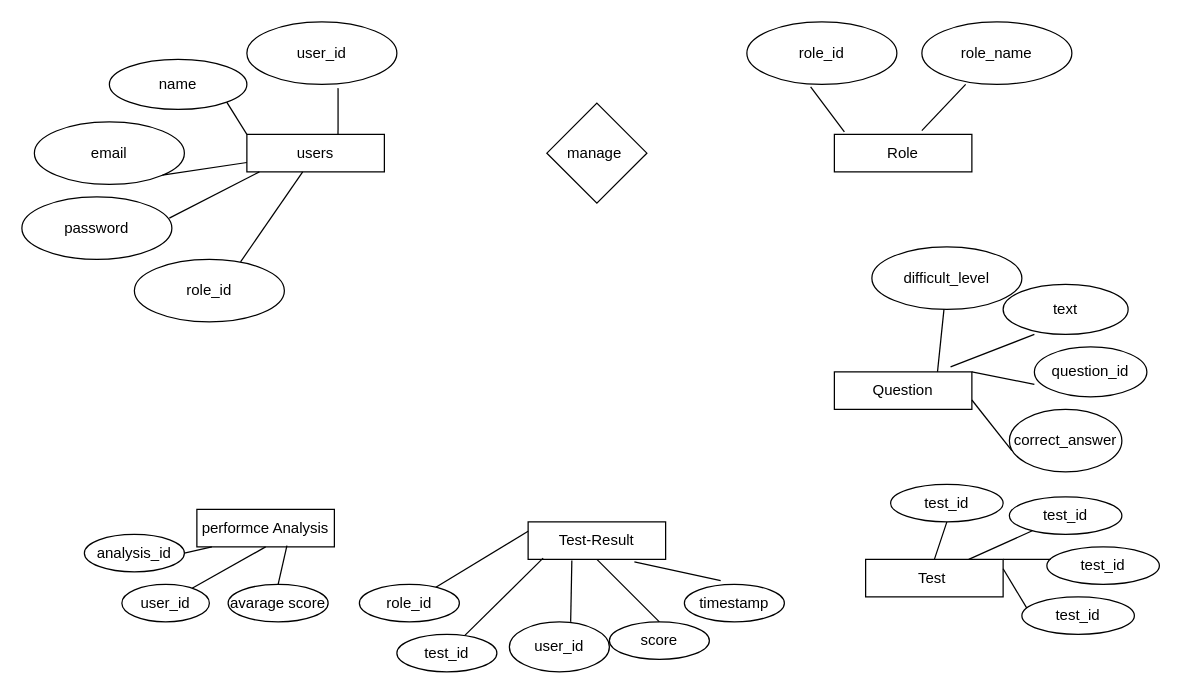
Above: Entity Relationship Diagram.drawio in noorsubhan/final (draw.io), before the change. Source tidied: cells renumbered, new cells numbered last; positions are measured from the earlier drawing's top-left corner, leaving out a move shared by most shapes. Both pictures are drawn from the tidied source at 125%, with x=0, y=0 at pixel (21, 21).
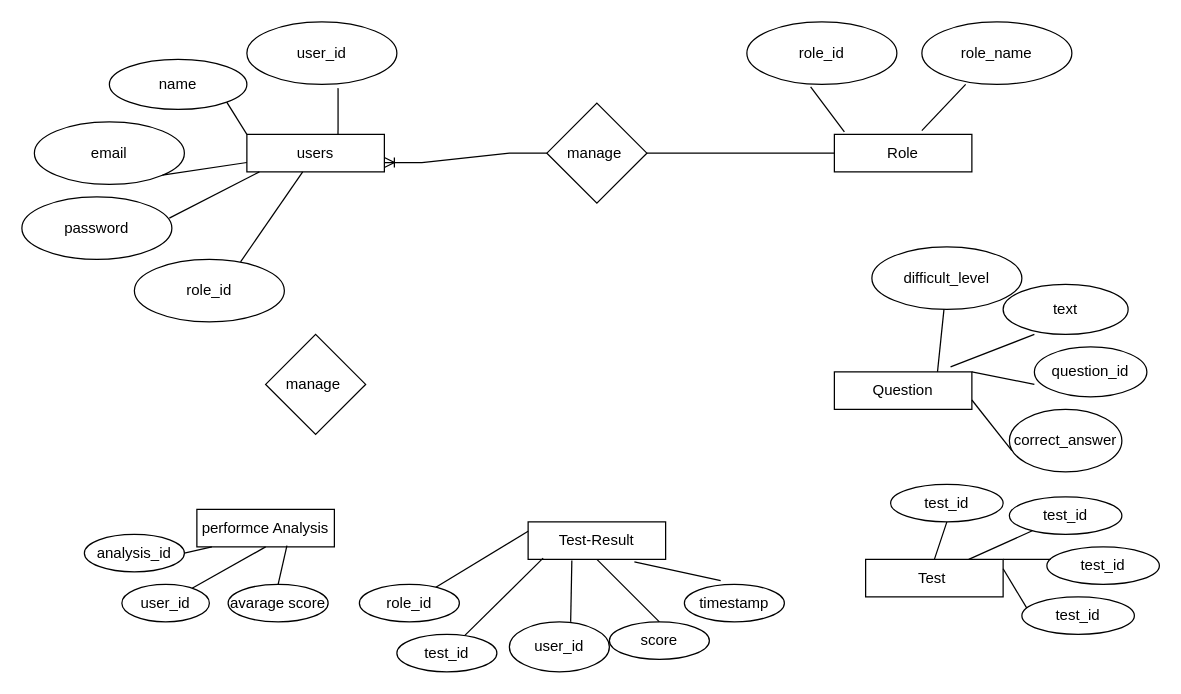
The same diagram, later.

Unchanged cells that the change refers to:
```xml
<mxCell id="7" value="Role" style="rounded=0;whiteSpace=wrap;html=1;" parent="1" vertex="1">
  <mxGeometry x="650" y="90" width="110" height="30" as="geometry" />
</mxCell>
<mxCell id="8" value="users" style="text;html=1;align=center;verticalAlign=middle;whiteSpace=wrap;rounded=0;" parent="1" vertex="1">
  <mxGeometry x="180" y="90" width="110" height="30" as="geometry" />
</mxCell>
<mxCell id="23" value="manage&amp;nbsp;" style="rhombus;whiteSpace=wrap;html=1;" parent="1" vertex="1">
  <mxGeometry x="420" y="65" width="80" height="80" as="geometry" />
</mxCell>
```

Diff of the diagram source:
```diff
@@
+    <mxCell id="56" value="manage&amp;nbsp;" style="rhombus;whiteSpace=wrap;html=1;" parent="1" vertex="1">
+      <mxGeometry x="195" y="250" width="80" height="80" as="geometry" />
+    </mxCell>
+    <mxCell id="57" style="edgeStyle=entityRelationEdgeStyle;fontSize=12;html=1;endArrow=ERoneToMany;rounded=0;exitX=0;exitY=0.5;exitDx=0;exitDy=0;entryX=1;entryY=0.75;entryDx=0;entryDy=0;" parent="1" edge="1" source="23" target="8">
+      <mxGeometry relative="1" as="geometry" />
+    </mxCell>
+    <mxCell id="58" style="endArrow=none;html=1;rounded=0;exitX=0;exitY=0.5;exitDx=0;exitDy=0;entryX=1;entryY=0.5;entryDx=0;entryDy=0;" parent="1" edge="1" source="7" target="23">
+      <mxGeometry relative="1" as="geometry" />
+    </mxCell>
```
